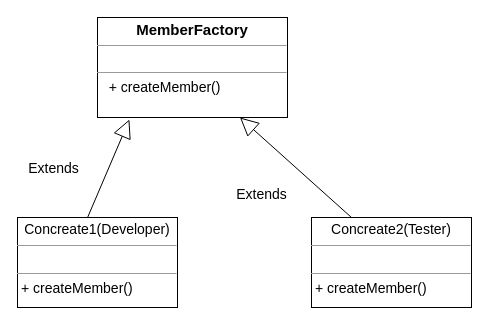
This is creational/factory/factory.drawio from MaksShadows/Patterns, a draw.io file, before an edit. Source tidied: cells renumbered, new cells numbered last; positions are measured from the earlier drawing's top-left corner, leaving out a move shared by most shapes. Both pictures are drawn from the tidied source at 100%, with x=0, y=0 at pixel (17, 17).
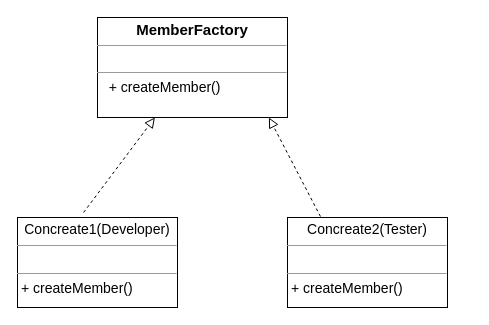
After the change.

What changed in the source:
```diff
@@
 <mxGraphModel>
   <root>
     <mxCell id="0" />
     <mxCell id="1" parent="0" />
     <mxCell id="2" value="&lt;p style=&quot;margin: 0px ; margin-top: 4px ; text-align: center&quot;&gt;&lt;b&gt;&lt;font style=&quot;font-size: 15px&quot;&gt;MemberFactory&lt;/font&gt;&lt;/b&gt;&lt;/p&gt;&lt;hr size=&quot;1&quot;&gt;&lt;p style=&quot;margin: 0px ; margin-left: 4px&quot;&gt;&lt;br&gt;&lt;/p&gt;&lt;hr size=&quot;1&quot;&gt;&lt;p style=&quot;text-align: justify ; margin: 0px 0px 0px 4px&quot;&gt;&lt;font style=&quot;font-size: 14px&quot;&gt;&amp;nbsp; + createMember()&lt;/font&gt;&lt;/p&gt;" style="verticalAlign=top;align=left;overflow=fill;fontSize=12;fontFamily=Helvetica;html=1;" parent="1" vertex="1">
       <mxGeometry x="80" width="190" height="100" as="geometry" />
     </mxCell>
     <mxCell id="3" value="&lt;p style=&quot;text-align: center ; margin: 4px 0px 0px ; font-size: 14px&quot;&gt;&lt;font style=&quot;font-size: 14px&quot;&gt;Concreate1(Developer)&lt;/font&gt;&lt;/p&gt;&lt;hr size=&quot;1&quot; style=&quot;text-align: justify ; font-size: 14px&quot;&gt;&lt;p style=&quot;text-align: justify ; margin: 0px 0px 0px 4px&quot;&gt;&lt;br&gt;&lt;/p&gt;&lt;hr size=&quot;1&quot; style=&quot;text-align: justify&quot;&gt;&lt;p style=&quot;text-align: justify ; margin: 0px 0px 0px 4px&quot;&gt;&lt;font style=&quot;font-size: 14px&quot;&gt;+ createMember()&lt;/font&gt;&lt;/p&gt;" style="verticalAlign=top;align=left;overflow=fill;fontSize=12;fontFamily=Helvetica;html=1;" parent="1" vertex="1">
       <mxGeometry y="200" width="160" height="90" as="geometry" />
     </mxCell>
     <mxCell id="4" value="&lt;p style=&quot;text-align: center ; margin: 4px 0px 0px ; font-size: 14px&quot;&gt;&lt;font style=&quot;font-size: 14px&quot;&gt;Concreate2(Tester)&lt;/font&gt;&lt;/p&gt;&lt;hr size=&quot;1&quot; style=&quot;text-align: justify ; font-size: 14px&quot;&gt;&lt;p style=&quot;text-align: justify ; margin: 0px 0px 0px 4px&quot;&gt;&lt;br&gt;&lt;/p&gt;&lt;hr size=&quot;1&quot; style=&quot;text-align: justify&quot;&gt;&lt;p style=&quot;text-align: justify ; margin: 0px 0px 0px 4px&quot;&gt;&lt;font style=&quot;font-size: 14px&quot;&gt;+ createMember()&lt;/font&gt;&lt;/p&gt;" style="verticalAlign=top;align=left;overflow=fill;fontSize=12;fontFamily=Helvetica;html=1;" parent="1" vertex="1">
-      <mxGeometry x="294" y="200" width="160" height="90" as="geometry" />
+      <mxGeometry x="270" y="200" width="160" height="90" as="geometry" />
     </mxCell>
-    <mxCell id="5" value="Extends" style="endArrow=block;endSize=16;endFill=0;html=1;fontSize=14;entryX=0.168;entryY=1.02;entryDx=0;entryDy=0;entryPerimeter=0;exitX=0.438;exitY=0;exitDx=0;exitDy=0;exitPerimeter=0;" parent="1" edge="1" source="3" target="2">
-      <mxGeometry x="-0.4" y="51" relative="1" as="geometry" />
+    <mxCell id="5" style="endArrow=block;startArrow=none;endFill=0;startFill=0;endSize=8;html=1;verticalAlign=bottom;dashed=1;labelBackgroundColor=none;exitX=0.413;exitY=-0.056;exitDx=0;exitDy=0;exitPerimeter=0;" parent="1" edge="1" source="3" target="2">
+      <mxGeometry relative="1" as="geometry" />
     </mxCell>
-    <mxCell id="6" value="Extends" style="endArrow=block;endSize=16;endFill=0;html=1;fontSize=14;entryX=0.75;entryY=1;entryDx=0;entryDy=0;exitX=0.25;exitY=0;exitDx=0;exitDy=0;" parent="1" edge="1" source="4" target="2">
-      <mxGeometry x="0.09" y="43" relative="1" as="geometry" />
-    </mxCell>
+    <mxCell id="7" style="endArrow=block;startArrow=none;endFill=0;startFill=0;endSize=8;html=1;verticalAlign=bottom;dashed=1;labelBackgroundColor=none;exitX=0.206;exitY=-0.011;exitDx=0;exitDy=0;exitPerimeter=0;" parent="1" edge="1" source="4">
+      <mxGeometry relative="1" as="geometry">
+        <mxPoint x="251.4" y="100" as="targetPoint" />
+      </mxGeometry>
+    </mxCell>
   </root>
 </mxGraphModel>
```
